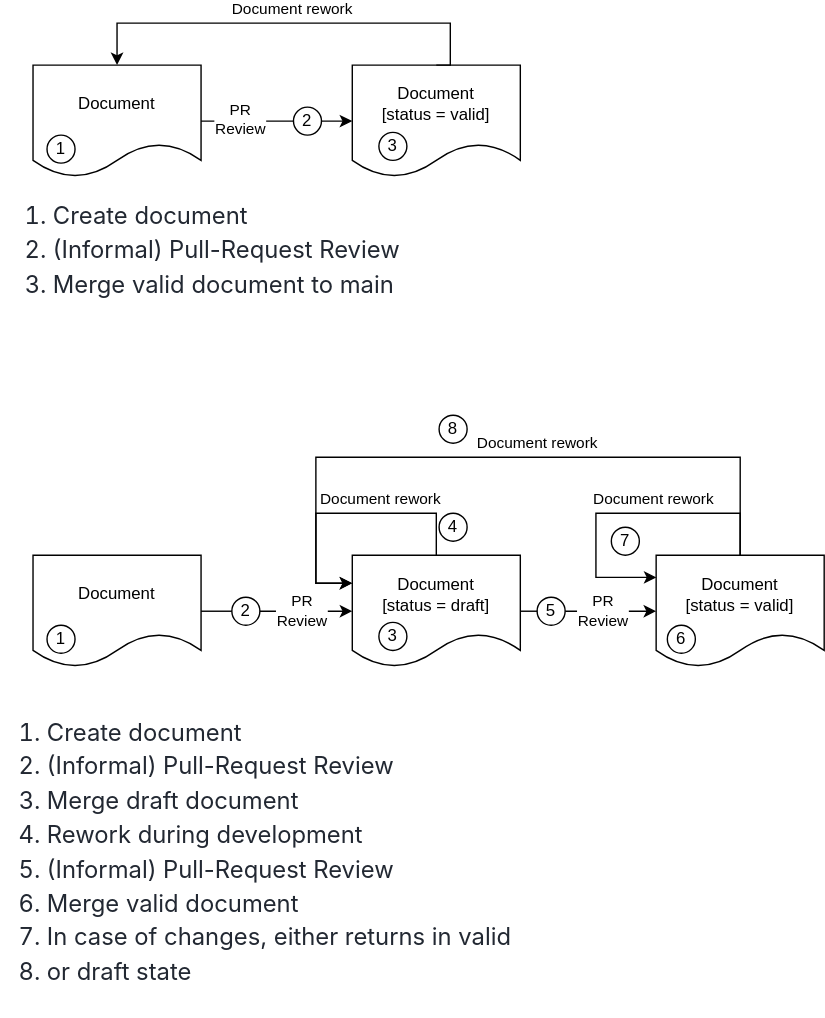
This is pr-436/_images/review_workflow.drawio.svg from eclipse-score/process_description, a draw.io export, as it was before one commit. Source tidied: cells renumbered, new cells last; positions are measured from the earlier drawing's top-left corner, leaving out a move shared by most shapes. Source of this version:
```xml
<mxGraphModel>
  <root>
    <mxCell id="0" />
    <mxCell id="1" parent="0" />
    <mxCell id="2" value="Document&lt;br&gt;[status = valid]" style="shape=document;whiteSpace=wrap;html=1;boundedLbl=1;" parent="1" vertex="1">
      <mxGeometry x="468" y="380" width="120" height="80" as="geometry" />
    </mxCell>
    <mxCell id="3" value="Document" style="shape=document;whiteSpace=wrap;html=1;boundedLbl=1;" parent="1" vertex="1">
      <mxGeometry x="23" y="30" width="120" height="80" as="geometry" />
    </mxCell>
    <mxCell id="4" value="Document&lt;br&gt;[status = valid]" style="shape=document;whiteSpace=wrap;html=1;boundedLbl=1;" parent="1" vertex="1">
      <mxGeometry x="251" y="30" width="120" height="80" as="geometry" />
    </mxCell>
    <mxCell id="5" value="PR &lt;br&gt;Review" style="endArrow=classic;html=1;rounded=0;entryX=0;entryY=0.5;entryDx=0;entryDy=0;" parent="1" edge="1" source="3" target="4">
      <mxGeometry x="-0.48" y="1" relative="1" as="geometry" />
    </mxCell>
    <mxCell id="6" value="1" style="ellipse;whiteSpace=wrap;html=1;" parent="1" vertex="1">
      <mxGeometry x="33" y="80" width="20" height="20" as="geometry" />
    </mxCell>
    <mxCell id="7" value="2" style="ellipse;whiteSpace=wrap;html=1;" parent="1" vertex="1">
      <mxGeometry x="209" y="60" width="20" height="20" as="geometry" />
    </mxCell>
    <mxCell id="8" value="3" style="ellipse;whiteSpace=wrap;html=1;" parent="1" vertex="1">
      <mxGeometry x="270" y="78" width="20" height="20" as="geometry" />
    </mxCell>
    <mxCell id="9" value="&lt;ol style=&quot;box-sizing: border-box; padding-left: 2rem; margin-bottom: 1rem; margin-top: 0px; padding-inline-start: 2rem; list-style-position: initial; list-style-image: initial; color: rgb(34, 40, 50); font-family: -apple-system, BlinkMacSystemFont, &amp;quot;Segoe UI&amp;quot;, &amp;quot;Helvetica Neue&amp;quot;, Arial, sans-serif, &amp;quot;Apple Color Emoji&amp;quot;, &amp;quot;Segoe UI Emoji&amp;quot;, &amp;quot;Segoe UI Symbol&amp;quot;; font-size: 17px; text-align: start; background-color: rgb(255, 255, 255);&quot; class=&quot;arabic simple&quot;&gt;&lt;li style=&quot;box-sizing: border-box;&quot;&gt;&lt;p style=&quot;box-sizing: border-box; margin-bottom: 0.25rem; margin-top: 0px; font-size: 1em;&quot;&gt;Create document&lt;/p&gt;&lt;/li&gt;&lt;li style=&quot;box-sizing: border-box;&quot;&gt;&lt;p style=&quot;box-sizing: border-box; margin-bottom: 0.25rem; margin-top: 0px; font-size: 1em;&quot;&gt;(Informal) Pull-Request Review&lt;/p&gt;&lt;/li&gt;&lt;li style=&quot;box-sizing: border-box;&quot;&gt;&lt;p style=&quot;box-sizing: border-box; margin-bottom: 0.25rem; margin-top: 0px; font-size: 1em;&quot;&gt;Merge valid document to main&lt;/p&gt;&lt;/li&gt;&lt;/ol&gt;" style="text;html=1;align=center;verticalAlign=middle;strokeColor=none;fillColor=none;" parent="1" vertex="1">
      <mxGeometry y="120" width="290" height="100" as="geometry" />
    </mxCell>
    <mxCell id="10" value="Document" style="shape=document;whiteSpace=wrap;html=1;boundedLbl=1;" parent="1" vertex="1">
      <mxGeometry x="23" y="380" width="120" height="80" as="geometry" />
    </mxCell>
    <mxCell id="11" value="Document&lt;br&gt;[status = draft]" style="shape=document;whiteSpace=wrap;html=1;boundedLbl=1;" parent="1" vertex="1">
      <mxGeometry x="251" y="380" width="120" height="80" as="geometry" />
    </mxCell>
    <mxCell id="12" value="PR &lt;br&gt;Review" style="endArrow=classic;html=1;rounded=0;entryX=0;entryY=0.5;entryDx=0;entryDy=0;startArrow=none;" parent="1" edge="1" source="20" target="11">
      <mxGeometry x="-0.09" relative="1" as="geometry" />
    </mxCell>
    <mxCell id="13" value="1" style="ellipse;whiteSpace=wrap;html=1;" parent="1" vertex="1">
      <mxGeometry x="33" y="430" width="20" height="20" as="geometry" />
    </mxCell>
    <mxCell id="14" value="3" style="ellipse;whiteSpace=wrap;html=1;" parent="1" vertex="1">
      <mxGeometry x="270" y="428" width="20" height="20" as="geometry" />
    </mxCell>
    <mxCell id="15" value="&lt;ol style=&quot;box-sizing: border-box; padding-left: 2rem; margin-bottom: 1rem; margin-top: 0px; padding-inline-start: 2rem; list-style-position: initial; list-style-image: initial; color: rgb(34, 40, 50); font-family: -apple-system, BlinkMacSystemFont, &amp;quot;Segoe UI&amp;quot;, &amp;quot;Helvetica Neue&amp;quot;, Arial, sans-serif, &amp;quot;Apple Color Emoji&amp;quot;, &amp;quot;Segoe UI Emoji&amp;quot;, &amp;quot;Segoe UI Symbol&amp;quot;; font-size: 17px; text-align: start; background-color: rgb(255, 255, 255);&quot; class=&quot;arabic simple&quot;&gt;&lt;li style=&quot;box-sizing: border-box;&quot;&gt;&lt;p style=&quot;box-sizing: border-box; margin-bottom: 0.25rem; margin-top: 0px; font-size: 1em;&quot;&gt;Create document&lt;/p&gt;&lt;/li&gt;&lt;li style=&quot;box-sizing: border-box;&quot;&gt;&lt;p style=&quot;box-sizing: border-box; margin-bottom: 0.25rem; margin-top: 0px; font-size: 1em;&quot;&gt;(Informal) Pull-Request Review&lt;/p&gt;&lt;/li&gt;&lt;li style=&quot;box-sizing: border-box;&quot;&gt;&lt;p style=&quot;box-sizing: border-box; margin-bottom: 0.25rem; margin-top: 0px; font-size: 1em;&quot;&gt;Merge draft document&lt;/p&gt;&lt;/li&gt;&lt;li style=&quot;box-sizing: border-box;&quot;&gt;&lt;p style=&quot;box-sizing: border-box; margin-bottom: 0.25rem; margin-top: 0px; font-size: 1em;&quot;&gt;Rework during development&lt;/p&gt;&lt;/li&gt;&lt;li style=&quot;box-sizing: border-box;&quot;&gt;&lt;p style=&quot;box-sizing: border-box; margin-bottom: 0.25rem; margin-top: 0px; font-size: 1em;&quot;&gt;(Informal) Pull-Request Review&lt;/p&gt;&lt;/li&gt;&lt;li style=&quot;box-sizing: border-box;&quot;&gt;&lt;p style=&quot;box-sizing: border-box; margin-bottom: 0.25rem; margin-top: 0px; font-size: 1em;&quot;&gt;Merge valid document&lt;/p&gt;&lt;/li&gt;&lt;li style=&quot;box-sizing: border-box;&quot;&gt;&lt;p style=&quot;box-sizing: border-box; margin-bottom: 0.25rem; margin-top: 0px; font-size: 1em;&quot;&gt;In case of changes, either returns in valid&amp;nbsp;&lt;/p&gt;&lt;/li&gt;&lt;li style=&quot;box-sizing: border-box;&quot;&gt;&lt;p style=&quot;box-sizing: border-box; margin-bottom: 0.25rem; margin-top: 0px; font-size: 1em;&quot;&gt;or draft state&lt;/p&gt;&lt;/li&gt;&lt;/ol&gt;" style="text;html=1;align=center;verticalAlign=middle;strokeColor=none;fillColor=none;" parent="1" vertex="1">
      <mxGeometry y="490" width="370" height="220" as="geometry" />
    </mxCell>
    <mxCell id="16" value="6" style="ellipse;whiteSpace=wrap;html=1;" parent="1" vertex="1">
      <mxGeometry x="476" y="430" width="20" height="20" as="geometry" />
    </mxCell>
    <mxCell id="17" value="PR &lt;br&gt;Review" style="endArrow=classic;html=1;rounded=0;entryX=0;entryY=0.5;entryDx=0;entryDy=0;exitX=1;exitY=0.5;exitDx=0;exitDy=0;startArrow=none;" parent="1" edge="1" source="18" target="2">
      <mxGeometry x="-0.17" relative="1" as="geometry" />
    </mxCell>
    <mxCell id="18" value="5" style="ellipse;whiteSpace=wrap;html=1;" parent="1" vertex="1">
      <mxGeometry x="383" y="410" width="20" height="20" as="geometry" />
    </mxCell>
    <mxCell id="19" style="endArrow=none;html=1;rounded=0;entryX=0;entryY=0.5;entryDx=0;entryDy=0;exitX=1;exitY=0.5;exitDx=0;exitDy=0;" parent="1" edge="1" source="11" target="18">
      <mxGeometry x="-0.48" y="1" relative="1" as="geometry" />
    </mxCell>
    <mxCell id="20" value="2" style="ellipse;whiteSpace=wrap;html=1;" parent="1" vertex="1">
      <mxGeometry x="165" y="410" width="20" height="20" as="geometry" />
    </mxCell>
    <mxCell id="21" style="endArrow=none;html=1;rounded=0;entryX=0;entryY=0.5;entryDx=0;entryDy=0;" parent="1" edge="1" source="10" target="20">
      <mxGeometry x="0.52" relative="1" as="geometry" />
    </mxCell>
    <mxCell id="22" style="edgeStyle=orthogonalEdgeStyle;rounded=0;orthogonalLoop=1;jettySize=auto;html=1;entryX=0;entryY=0.25;entryDx=0;entryDy=0;exitX=0.5;exitY=0;exitDx=0;exitDy=0;" parent="1" edge="1" source="11" target="11">
      <mxGeometry relative="1" as="geometry">
        <Array as="points">
          <mxPoint x="311" y="350" />
          <mxPoint x="225" y="350" />
          <mxPoint x="225" y="400" />
        </Array>
      </mxGeometry>
    </mxCell>
    <mxCell id="23" value="Document rework" style="edgeLabel;html=1;align=center;verticalAlign=middle;" parent="22" vertex="1">
      <mxGeometry x="-0.28" y="-1" relative="1" as="geometry">
        <mxPoint x="-2" y="-9" as="offset" />
      </mxGeometry>
    </mxCell>
    <mxCell id="24" style="edgeStyle=orthogonalEdgeStyle;rounded=0;jettySize=auto;html=1;entryX=0.5;entryY=0;entryDx=0;entryDy=0;exitX=0.5;exitY=0;exitDx=0;exitDy=0;" parent="1" edge="1" source="4" target="3">
      <mxGeometry relative="1" as="geometry">
        <Array as="points">
          <mxPoint x="321" y="30" />
          <mxPoint x="321" />
          <mxPoint x="83" />
        </Array>
      </mxGeometry>
    </mxCell>
    <mxCell id="25" value="Document rework" style="edgeLabel;html=1;align=center;verticalAlign=middle;" parent="24" vertex="1">
      <mxGeometry x="-0.28" y="-1" relative="1" as="geometry">
        <mxPoint x="-43" y="-9" as="offset" />
      </mxGeometry>
    </mxCell>
    <mxCell id="26" style="edgeStyle=orthogonalEdgeStyle;rounded=0;orthogonalLoop=1;jettySize=auto;html=1;exitX=0.5;exitY=0;exitDx=0;exitDy=0;entryX=0.002;entryY=0.198;entryDx=0;entryDy=0;entryPerimeter=0;" parent="1" edge="1" source="2" target="2">
      <mxGeometry relative="1" as="geometry">
        <Array as="points">
          <mxPoint x="528" y="350" />
          <mxPoint x="425" y="350" />
          <mxPoint x="425" y="396" />
        </Array>
      </mxGeometry>
    </mxCell>
    <mxCell id="27" value="Document rework" style="edgeLabel;html=1;align=center;verticalAlign=middle;" parent="1" vertex="1">
      <mxGeometry x="466" y="340" as="geometry" />
    </mxCell>
    <mxCell id="28" style="edgeStyle=orthogonalEdgeStyle;rounded=0;jettySize=auto;html=1;exitX=0.5;exitY=0;exitDx=0;exitDy=0;entryX=0;entryY=0.25;entryDx=0;entryDy=0;" parent="1" edge="1" source="2" target="11">
      <mxGeometry relative="1" as="geometry">
        <Array as="points">
          <mxPoint x="528" y="310" />
          <mxPoint x="225" y="310" />
          <mxPoint x="225" y="400" />
        </Array>
      </mxGeometry>
    </mxCell>
    <mxCell id="29" value="Document rework" style="edgeLabel;html=1;align=center;verticalAlign=middle;" parent="1" vertex="1">
      <mxGeometry x="383" y="300" as="geometry" />
    </mxCell>
    <mxCell id="30" value="4" style="ellipse;whiteSpace=wrap;html=1;" parent="1" vertex="1">
      <mxGeometry x="313" y="350" width="20" height="20" as="geometry" />
    </mxCell>
    <mxCell id="31" value="7" style="ellipse;whiteSpace=wrap;html=1;" parent="1" vertex="1">
      <mxGeometry x="436" y="360" width="20" height="20" as="geometry" />
    </mxCell>
    <mxCell id="32" value="8" style="ellipse;whiteSpace=wrap;html=1;" parent="1" vertex="1">
      <mxGeometry x="313" y="280" width="20" height="20" as="geometry" />
    </mxCell>
  </root>
</mxGraphModel>
```
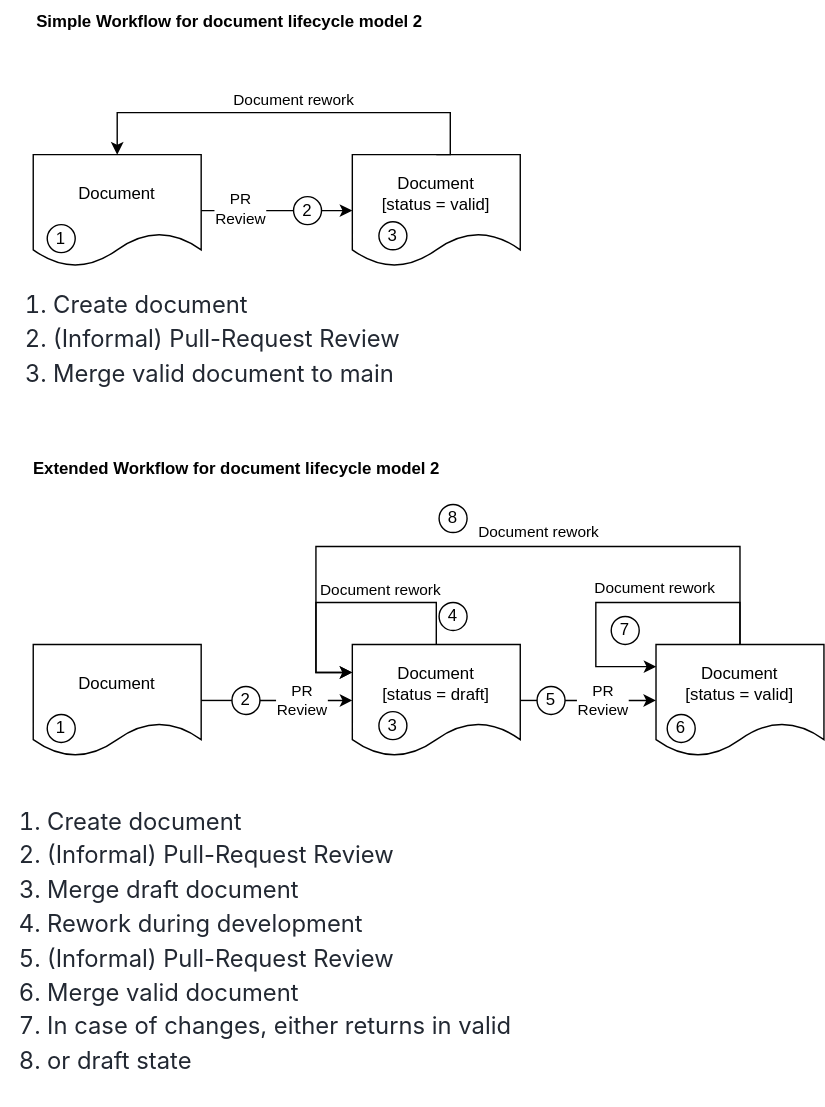
The same file after the commit.

Diff of the diagram source:
```diff
@@ -123,5 +123,11 @@
     <mxCell id="32" value="8" style="ellipse;whiteSpace=wrap;html=1;" parent="1" vertex="1">
       <mxGeometry x="313" y="280" width="20" height="20" as="geometry" />
     </mxCell>
+    <mxCell id="33" value="&lt;b&gt;Simple Workflow for document lifecycle model 2&lt;/b&gt;" style="text;html=1;align=center;verticalAlign=middle;strokeColor=none;fillColor=none;" parent="1" vertex="1">
+      <mxGeometry x="13" y="-80" width="300" height="30" as="geometry" />
+    </mxCell>
+    <mxCell id="34" value="&lt;b&gt;Extended Workflow for document lifecycle model 2&lt;/b&gt;" style="text;html=1;align=center;verticalAlign=middle;strokeColor=none;fillColor=none;" parent="1" vertex="1">
+      <mxGeometry x="13" y="240" width="310" height="30" as="geometry" />
+    </mxCell>
   </root>
 </mxGraphModel>
```
